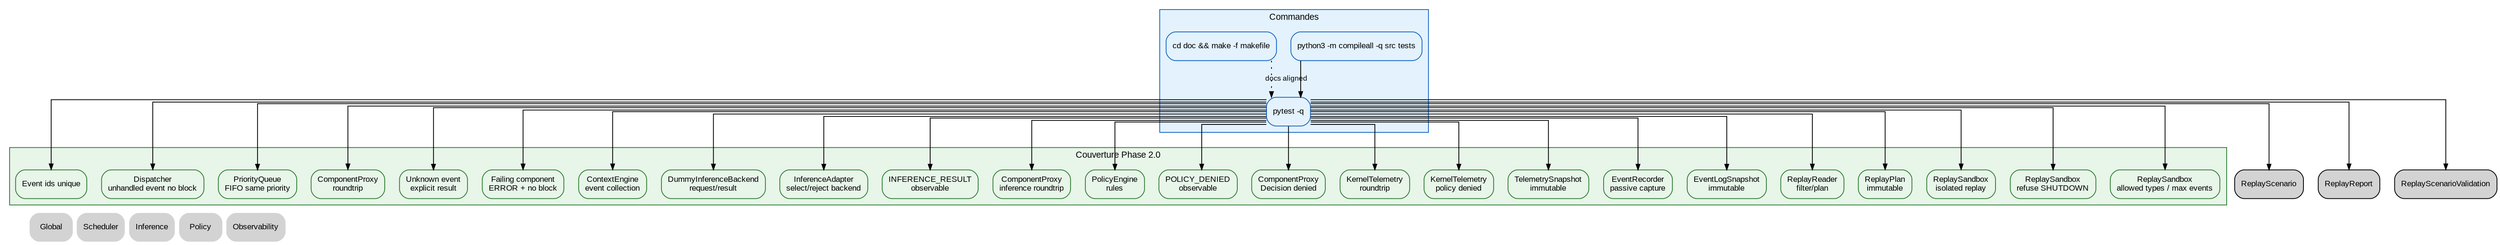
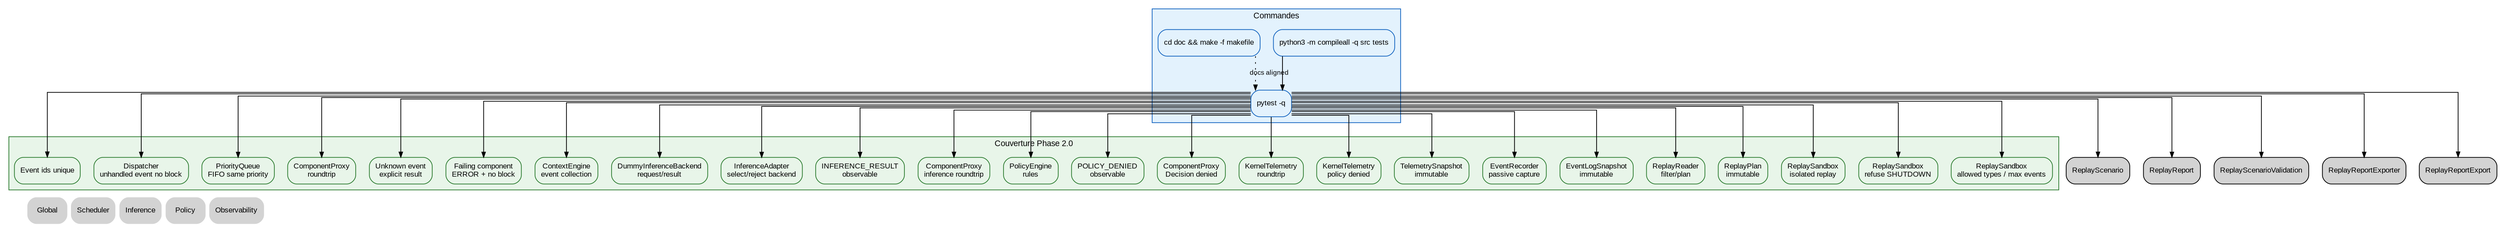
digraph Tests {
    rankdir=TB;
    splines=ortho;

    graph [fontname="Arial", fontsize=11];
    node [shape=box, style="rounded,filled", fontname="Arial", fontsize=10];
    edge [fontname="Arial", fontsize=9, arrowsize=0.7];

-     // ROADMAP_NOTE[phase2_1]:
-     // La couverture ajoute ReplayScenarioRunner et ReplayReport.
-     // Les tests vérifient agrégation de scénarios, handlers partagés,
-     // rapport textuel déterministe et validation du scénario.
+     // ROADMAP_NOTE[phase2_2]:
+     // La couverture ajoute ReplayReportExporter et ReplayReportExport.
+     // Les tests vérifient export texte, export JSON déterministe,
+     // ordre stable, contenu compact et validation du contrat d'export.

    subgraph cluster_commands {
        label="Commandes";
        color="#1565c0";
        bgcolor="#e3f2fd";
        node [fillcolor="#e3f2fd", color="#1565c0"];
        Compile [label="python3 -m compileall -q src tests"];
        Pytest [label="pytest -q"];
        Dot [label="cd doc && make -f makefile"];
    }

    subgraph cluster_coverage {
        label="Couverture Phase 2.0";
        color="#2e7d32";
        bgcolor="#e8f5e9";
        node [fillcolor="#e8f5e9", color="#2e7d32"];
        EventIds [label="Event ids unique"];
        Dispatcher [label="Dispatcher\nunhandled event no block"];
        Queue [label="PriorityQueue\nFIFO same priority"];
        Proxy [label="ComponentProxy\nroundtrip"];
        Unknown [label="Unknown event\nexplicit result"];
        Failure [label="Failing component\nERROR + no block"];
        Context [label="ContextEngine\nevent collection"];
        Inference [label="DummyInferenceBackend\nrequest/result"];
        InferenceAdapter [label="InferenceAdapter\nselect/reject backend"];
        InferenceObs [label="INFERENCE_RESULT\nobservable"];
        InferenceProxy [label="ComponentProxy\ninference roundtrip"];
        PolicyRules [label="PolicyEngine\nrules"];
        PolicyDenied [label="POLICY_DENIED\nobservable"];
        PolicyProxy [label="ComponentProxy\nDecision denied"];
        TelemetryRoundtrip [label="KernelTelemetry\nroundtrip"];
        TelemetryDenied [label="KernelTelemetry\npolicy denied"];
        TelemetrySnapshot [label="TelemetrySnapshot\nimmutable"];
        EventRecorder [label="EventRecorder\npassive capture"];
        EventLogSnapshot [label="EventLogSnapshot\nimmutable"];
        ReplayReader [label="ReplayReader\nfilter/plan"];
        ReplayPlan [label="ReplayPlan\nimmutable"];
        ReplaySandbox [label="ReplaySandbox\nisolated replay"];
        ReplaySandboxDenied [label="ReplaySandbox\nrefuse SHUTDOWN"];
        ReplaySandboxLimits [label="ReplaySandbox\nallowed types / max events"];
    }

    Compile -> Pytest;
    Pytest -> EventIds;
    Pytest -> Dispatcher;
    Pytest -> Queue;
    Pytest -> Proxy;
    Pytest -> Unknown;
    Pytest -> Failure;
    Pytest -> Context;
    Pytest -> Inference;
    Pytest -> InferenceAdapter;
    Pytest -> InferenceObs;
    Pytest -> InferenceProxy;
    Pytest -> PolicyRules;
    Pytest -> PolicyDenied;
    Pytest -> PolicyProxy;
    Pytest -> TelemetryRoundtrip;
    Pytest -> TelemetryDenied;
    Pytest -> TelemetrySnapshot;
    Pytest -> EventRecorder;
    Pytest -> EventLogSnapshot;
    Pytest -> ReplayReader;
    Pytest -> ReplayPlan;
    Pytest -> ReplaySandbox;
    Pytest -> ReplaySandboxDenied;
    Pytest -> ReplaySandboxLimits;
    Pytest -> ReplayScenario;
    Pytest -> ReplayReport;
    Pytest -> ReplayScenarioValidation;
+     Pytest -> ReplayReportExporter;
+     Pytest -> ReplayReportExport;
    Dot -> Pytest [style=dotted, label="docs aligned"];

    Nav_Global [label="Global", shape=plaintext, URL="../00_global.svg"];
    Nav_Scheduler [label="Scheduler", shape=plaintext, URL="../scheduler/10_scheduler.svg"];
    Nav_Inference [label="Inference", shape=plaintext, URL="../inference/40_inference.svg"];
    Nav_Policy [label="Policy", shape=plaintext, URL="../00_global.svg"];
    Nav_Observability [label="Observability", shape=plaintext, URL="../observability/70_observability.svg"];

    { rank=sink; Nav_Global; Nav_Scheduler; Nav_Inference; Nav_Policy; Nav_Observability; }
}
